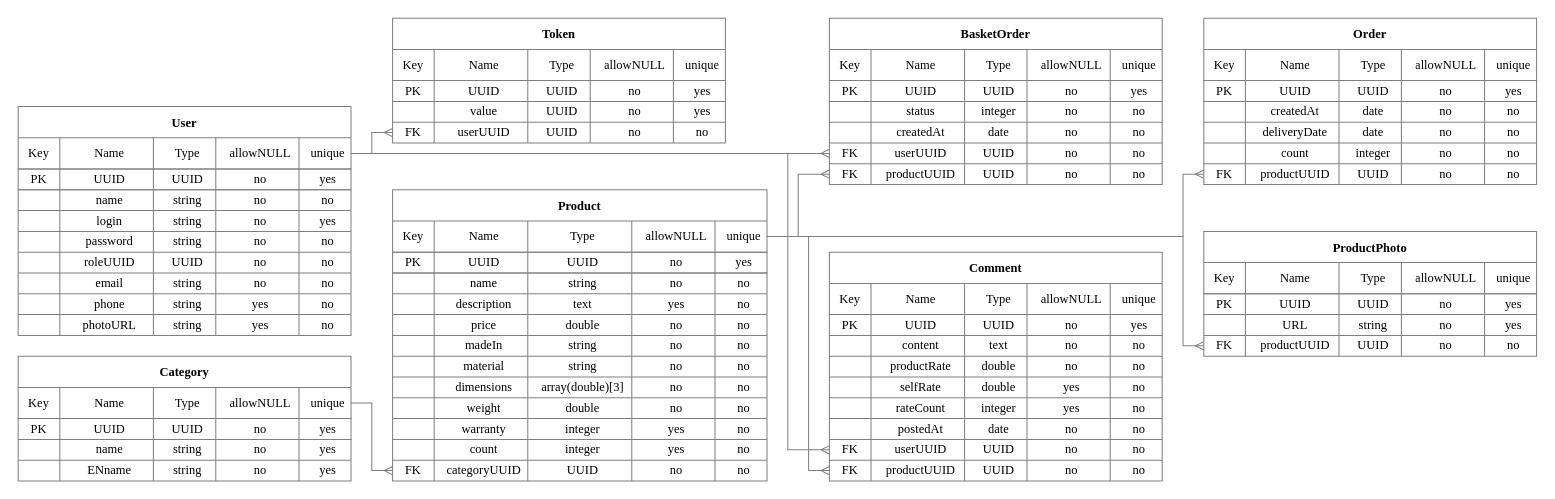
The draw.io diagram other/db.drawio in chidleev/MyRoom2, before the edit. Source tidied: cells renumbered, new cells numbered last; positions are measured from the earlier drawing's top-left corner, leaving out a move shared by most shapes. Both pictures are drawn from the tidied source at 104%, with x=0, y=0 at pixel (18, 18).
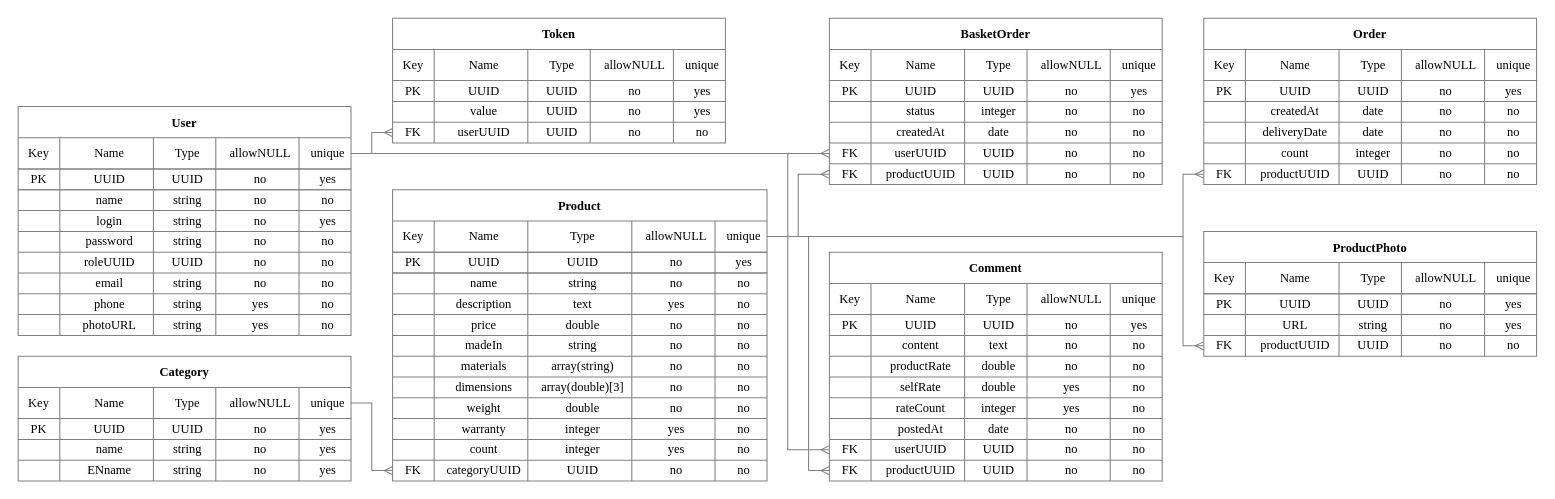
Above is the later version.

The change refers to these unchanged cells:
```xml
<mxCell id="213" style="shape=partialRectangle;html=1;whiteSpace=wrap;fillColor=none;top=0;left=0;bottom=0;right=0;rounded=0;shadow=0;glass=0;sketch=0;align=center;fontFamily=Times New Roman;labelBackgroundColor=none;strokeColor=#808080;" parent="176" vertex="1">
  <mxGeometry y="160" width="360" height="20" as="geometry" />
</mxCell>
```

Diff of the diagram source:
```diff
@@
-    <mxCell id="215" value="material" style="shape=partialRectangle;html=1;whiteSpace=wrap;fillColor=none;top=0;left=0;bottom=0;right=0;align=center;spacingLeft=6;overflow=hidden;rounded=0;shadow=0;glass=0;sketch=0;fontFamily=Times New Roman;labelBackgroundColor=none;strokeColor=#808080;" parent="213" vertex="1">
+    <mxCell id="215" value="materials" style="shape=partialRectangle;html=1;whiteSpace=wrap;fillColor=none;top=0;left=0;bottom=0;right=0;align=center;spacingLeft=6;overflow=hidden;rounded=0;shadow=0;glass=0;sketch=0;fontFamily=Times New Roman;labelBackgroundColor=none;strokeColor=#808080;" parent="213" vertex="1">
       <mxGeometry x="40" width="90" height="20" as="geometry" />
     </mxCell>
-    <mxCell id="216" value="string" style="shape=partialRectangle;html=1;whiteSpace=wrap;fillColor=none;top=0;left=0;bottom=0;right=0;align=center;spacingLeft=6;overflow=hidden;rounded=0;shadow=0;glass=0;sketch=0;fontFamily=Times New Roman;labelBackgroundColor=none;strokeColor=#808080;" parent="213" vertex="1">
+    <mxCell id="216" value="array(string)" style="shape=partialRectangle;html=1;whiteSpace=wrap;fillColor=none;top=0;left=0;bottom=0;right=0;align=center;spacingLeft=6;overflow=hidden;rounded=0;shadow=0;glass=0;sketch=0;fontFamily=Times New Roman;labelBackgroundColor=none;strokeColor=#808080;" parent="213" vertex="1">
       <mxGeometry x="130" width="100" height="20" as="geometry" />
     </mxCell>
```
